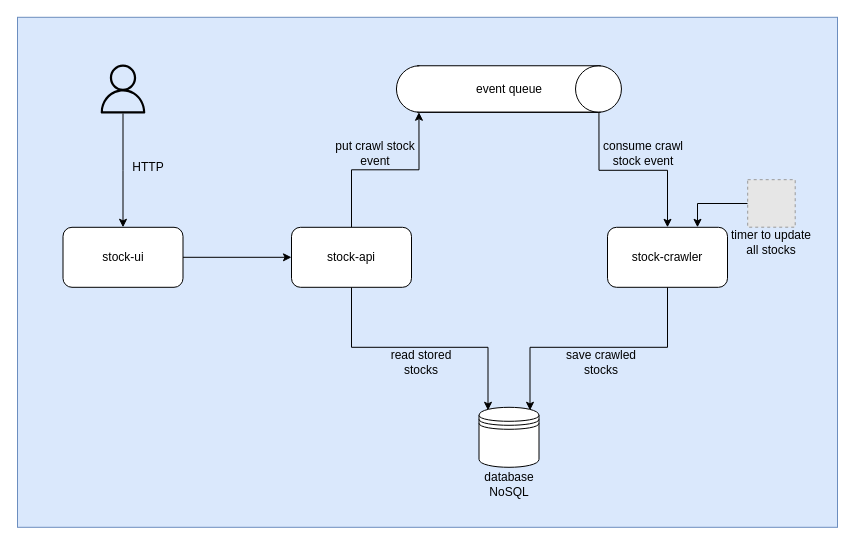
Earlier version of the draw.io diagram architecture/stocks-project.drawio (juliocesarscheidt/stock-trader). Source tidied: cells renumbered, new cells numbered last; positions are measured from the earlier drawing's top-left corner, leaving out a move shared by most shapes. Both pictures are drawn from the tidied source at 100%, with x=0, y=0 at pixel (17, -24). Pictures stored in the file or linked from it are replaced by grey dashed boxes.
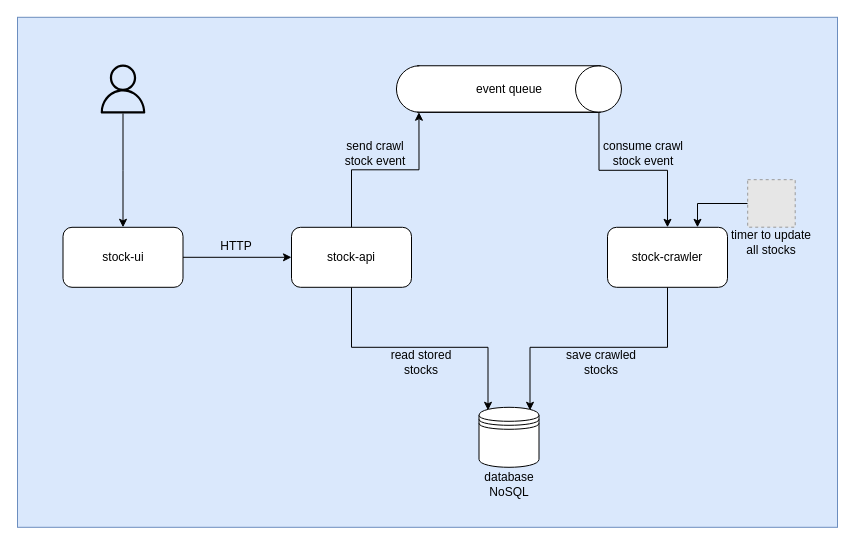
The same diagram, later.

Commit message (it also covers changes not shown here):
Adjust diagram

The edit, as a diff of the source:
```diff
@@
     <mxCell id="14" value="HTTP" style="text;html=1;strokeColor=none;fillColor=none;align=center;verticalAlign=middle;whiteSpace=wrap;rounded=0;" parent="1" vertex="1">
-      <mxGeometry x="106" y="181.2" width="50" height="20" as="geometry" />
+      <mxGeometry x="199" y="260" width="40" height="20" as="geometry" />
     </mxCell>
@@
-    <mxCell id="19" value="put crawl stock event" style="text;html=1;strokeColor=none;fillColor=none;align=center;verticalAlign=middle;whiteSpace=wrap;rounded=0;" parent="1" vertex="1">
+    <mxCell id="19" value="send crawl stock event" style="text;html=1;strokeColor=none;fillColor=none;align=center;verticalAlign=middle;whiteSpace=wrap;rounded=0;" parent="1" vertex="1">
       <mxGeometry x="314" y="161.8" width="88" height="31" as="geometry" />
     </mxCell>
```
